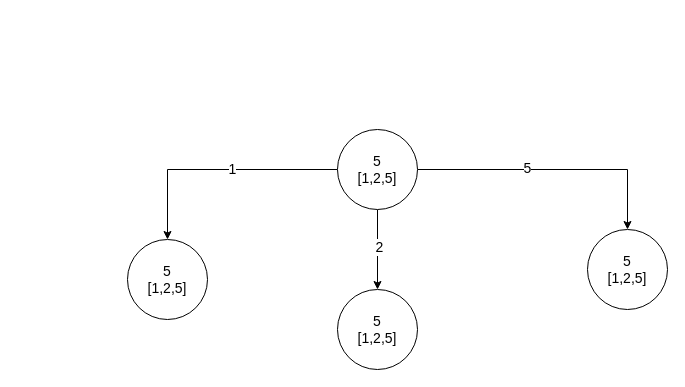
Earlier version of the draw.io diagram Untitled Diagram.drawio (leopoldhome/Pic). Source tidied: cells renumbered, new cells numbered last; positions are measured from the earlier drawing's top-left corner, leaving out a move shared by most shapes. Both pictures are drawn from the tidied source at 100%, with x=0, y=0 at pixel (127, 129).
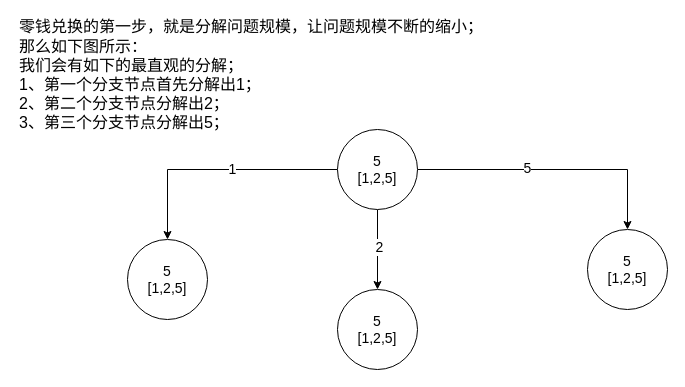
Above is the later version.

The edit, as a diff of the source:
```diff
@@
 <mxGraphModel>
   <root>
     <mxCell id="0" />
     <mxCell id="1" parent="0" />
     <mxCell id="2" style="edgeStyle=orthogonalEdgeStyle;rounded=0;jettySize=auto;html=1;" parent="1" edge="1" source="8" target="9">
       <mxGeometry relative="1" as="geometry" />
     </mxCell>
     <mxCell id="3" value="&lt;font style=&quot;font-size: 14px&quot;&gt;1&lt;/font&gt;" style="edgeLabel;html=1;align=center;verticalAlign=middle;" parent="2" vertex="1">
       <mxGeometry x="-0.12" y="-1" relative="1" as="geometry" />
     </mxCell>
     <mxCell id="4" style="edgeStyle=orthogonalEdgeStyle;rounded=0;jettySize=auto;html=1;" parent="1" edge="1" source="8" target="10">
       <mxGeometry relative="1" as="geometry" />
     </mxCell>
     <mxCell id="5" value="&lt;font style=&quot;font-size: 14px&quot;&gt;5&lt;/font&gt;" style="edgeLabel;html=1;align=center;verticalAlign=middle;" parent="4" vertex="1">
       <mxGeometry x="-0.19" y="2" relative="1" as="geometry" />
     </mxCell>
     <mxCell id="6" style="edgeStyle=orthogonalEdgeStyle;rounded=0;jettySize=auto;html=1;" parent="1" edge="1" source="8" target="11">
       <mxGeometry relative="1" as="geometry" />
     </mxCell>
     <mxCell id="7" value="&lt;font style=&quot;font-size: 14px&quot;&gt;2&lt;/font&gt;" style="edgeLabel;html=1;align=center;verticalAlign=middle;" parent="6" vertex="1">
       <mxGeometry x="-0.07" y="1" relative="1" as="geometry" />
     </mxCell>
     <mxCell id="8" value="&lt;font style=&quot;font-size: 14px&quot;&gt;5&lt;br&gt;[1,2,5]&lt;/font&gt;" style="ellipse;whiteSpace=wrap;html=1;" parent="1" vertex="1">
       <mxGeometry x="210" width="80" height="80" as="geometry" />
     </mxCell>
     <mxCell id="9" value="&lt;font style=&quot;font-size: 14px&quot;&gt;5&lt;br&gt;[1,2,5]&lt;/font&gt;" style="ellipse;whiteSpace=wrap;html=1;" parent="1" vertex="1">
       <mxGeometry y="110" width="80" height="80" as="geometry" />
     </mxCell>
     <mxCell id="10" value="&lt;font style=&quot;font-size: 14px&quot;&gt;5&lt;br&gt;[1,2,5]&lt;/font&gt;" style="ellipse;whiteSpace=wrap;html=1;" parent="1" vertex="1">
       <mxGeometry x="460" y="100" width="80" height="80" as="geometry" />
     </mxCell>
     <mxCell id="11" value="&lt;font style=&quot;font-size: 14px&quot;&gt;5&lt;br&gt;[1,2,5]&lt;/font&gt;" style="ellipse;whiteSpace=wrap;html=1;" parent="1" vertex="1">
       <mxGeometry x="210" y="160" width="80" height="80" as="geometry" />
     </mxCell>
+    <mxCell id="12" value="&lt;span style=&quot;font-size: 16px&quot;&gt;零钱兑换的第一步，就是分解问题规模，让问题规模不断的缩小；&lt;/span&gt;&lt;br&gt;&lt;span style=&quot;font-size: 16px&quot;&gt;那么如下图所示：&lt;/span&gt;&lt;br&gt;&lt;span style=&quot;font-size: 16px&quot;&gt;我们会有如下的最直观的分解；&lt;/span&gt;&lt;br&gt;&lt;span style=&quot;font-size: 16px&quot;&gt;1、第一个分支节点首先分解出1；&lt;/span&gt;&lt;br&gt;&lt;span style=&quot;font-size: 16px&quot;&gt;2、第二个分支节点分解出2；&lt;/span&gt;&lt;br&gt;&lt;span style=&quot;font-size: 16px&quot;&gt;3、第三个分支节点分解出5；&lt;/span&gt;&lt;br&gt;&lt;font style=&quot;font-size: 16px&quot;&gt;&lt;br&gt;&lt;/font&gt;" style="text;html=1;align=left;verticalAlign=middle;strokeColor=none;fillColor=none;" parent="1" vertex="1">
+      <mxGeometry x="-110" y="-100" width="480" height="110" as="geometry" />
+    </mxCell>
   </root>
 </mxGraphModel>
```
